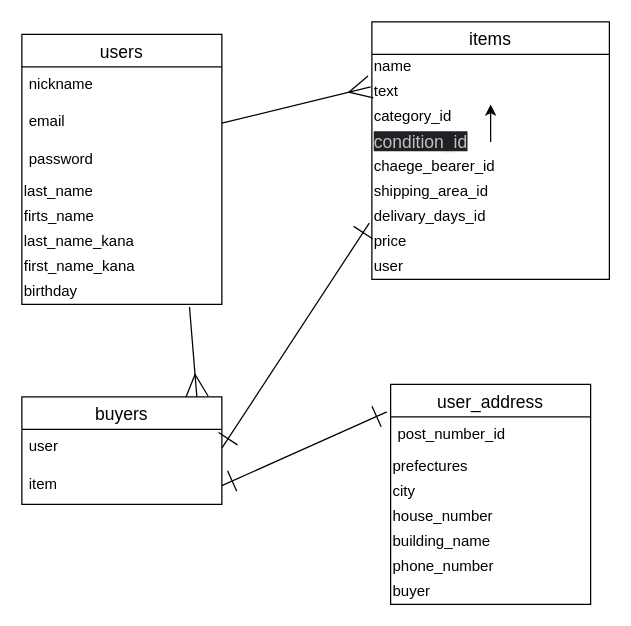
Earlier version of the draw.io diagram test.dio (koki2014/furima-38222). Source tidied: cells renumbered, new cells numbered last; positions are measured from the earlier drawing's top-left corner, leaving out a move shared by most shapes. Both pictures are drawn from the tidied source at 125%, with x=0, y=0 at pixel (21, 21).
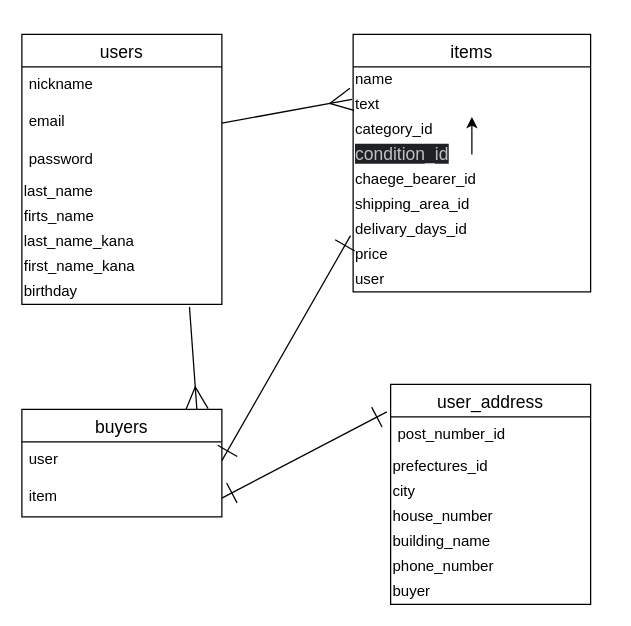
The same diagram, later.

The change refers to these unchanged cells:
```xml
<mxCell id="23" value="user_address" style="swimlane;fontStyle=0;horizontal=1;startSize=26;align=center;fontSize=14;" parent="1" vertex="1">
  <mxGeometry x="295" y="290" width="160" height="176" as="geometry" />
</mxCell>
```

The edit, as a diff of the source:
```diff
@@
     <mxCell id="11" value="items" style="swimlane;fontStyle=0;horizontal=1;startSize=26;align=center;fontSize=14;" parent="1" vertex="1">
-      <mxGeometry x="280" width="190" height="206" as="geometry" />
+      <mxGeometry x="265" y="10" width="190" height="206" as="geometry" />
     </mxCell>
@@
-    <mxCell id="25" value="prefectures" style="text;html=1;align=left;verticalAlign=middle;fillColor=none;strokeColor=none;rounded=0;" parent="23" vertex="1">
+    <mxCell id="25" value="prefectures_id" style="text;html=1;align=left;verticalAlign=middle;fillColor=none;strokeColor=none;rounded=0;" parent="23" vertex="1">
       <mxGeometry y="56" width="160" height="20" as="geometry" />
     </mxCell>
@@
     <mxCell id="33" value="buyers" style="swimlane;fontStyle=0;horizontal=1;startSize=26;align=center;fontSize=14;" parent="1" vertex="1">
-      <mxGeometry y="300" width="160" height="86" as="geometry" />
+      <mxGeometry y="310" width="160" height="86" as="geometry" />
     </mxCell>
```
